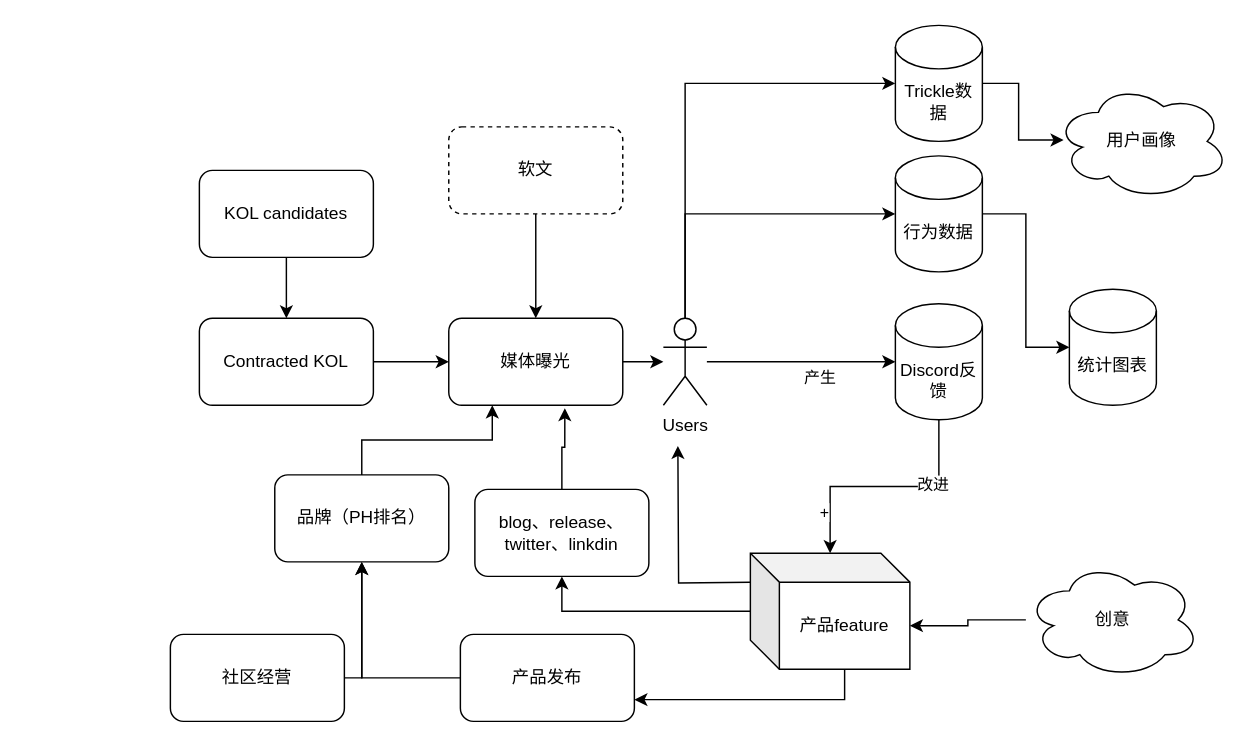
Before: projects/startup.drawio in warren-wupeng/my-notes, a draw.io diagram. Source tidied: cells renumbered, new cells numbered last; positions are measured from the earlier drawing's top-left corner, leaving out a move shared by most shapes. Both pictures are drawn from the tidied source at 145%, with x=0, y=0 at pixel (170, 25).
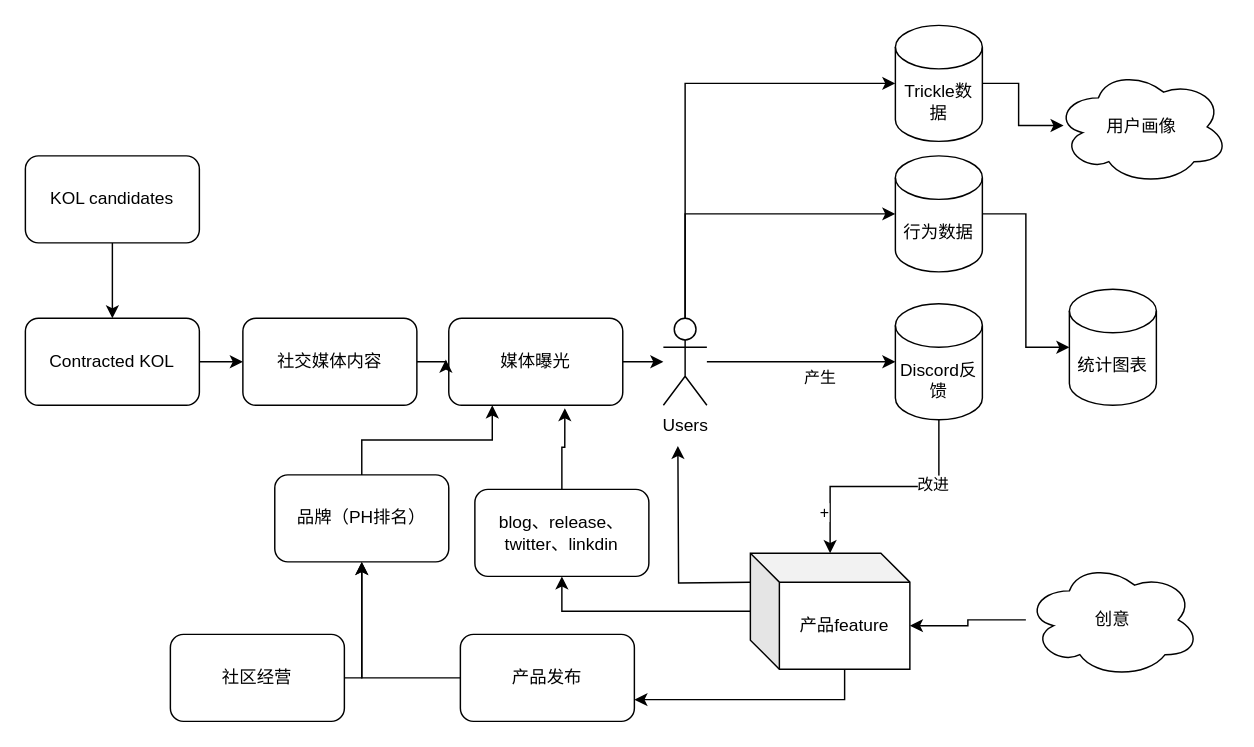
The same page after the edit.

The change refers to these unchanged cells:
```xml
<mxCell id="4" value="媒体曝光" style="rounded=1;whiteSpace=wrap;html=1;" parent="1" vertex="1">
  <mxGeometry x="192" y="202" width="120" height="60" as="geometry" />
</mxCell>
```

What changed in the source:
```diff
@@
     <mxCell id="6" value="KOL candidates" style="rounded=1;whiteSpace=wrap;html=1;" parent="1" vertex="1">
-      <mxGeometry x="20" y="100" width="120" height="60" as="geometry" />
+      <mxGeometry x="-100" y="90" width="120" height="60" as="geometry" />
     </mxCell>
@@
-    <mxCell id="17" style="edgeStyle=orthogonalEdgeStyle;rounded=0;jettySize=auto;html=1;exitX=1;exitY=0.5;exitDx=0;exitDy=0;entryX=0;entryY=0.5;entryDx=0;entryDy=0;" parent="1" edge="1" source="18" target="4">
+    <mxCell id="17" style="edgeStyle=orthogonalEdgeStyle;rounded=0;jettySize=auto;html=1;exitX=1;exitY=0.5;exitDx=0;exitDy=0;entryX=0;entryY=0.5;entryDx=0;entryDy=0;" parent="1" edge="1" source="18" target="34">
       <mxGeometry relative="1" as="geometry" />
     </mxCell>
     <mxCell id="18" value="Contracted KOL" style="rounded=1;whiteSpace=wrap;html=1;" parent="1" vertex="1">
-      <mxGeometry x="20" y="202" width="120" height="60" as="geometry" />
+      <mxGeometry x="-100" y="202" width="120" height="60" as="geometry" />
     </mxCell>
@@
     <mxCell id="27" value="用户画像" style="ellipse;shape=cloud;whiteSpace=wrap;html=1;" parent="1" vertex="1">
-      <mxGeometry x="610" y="40" width="120" height="80" as="geometry" />
+      <mxGeometry x="610" y="30" width="120" height="80" as="geometry" />
     </mxCell>
@@
-    <mxCell id="33" style="edgeStyle=orthogonalEdgeStyle;rounded=0;jettySize=auto;html=1;entryX=0.5;entryY=0;entryDx=0;entryDy=0;" parent="1" edge="1" source="34" target="4">
-      <mxGeometry relative="1" as="geometry" />
+    <mxCell id="33" style="edgeStyle=orthogonalEdgeStyle;rounded=0;jettySize=auto;html=1;" parent="1" edge="1" source="34">
+      <mxGeometry relative="1" as="geometry">
+        <mxPoint x="190" y="230" as="targetPoint" />
+      </mxGeometry>
     </mxCell>
-    <mxCell id="34" value="软文" style="rounded=1;whiteSpace=wrap;html=1;dashed=1;" parent="1" vertex="1">
-      <mxGeometry x="192" y="70" width="120" height="60" as="geometry" />
+    <mxCell id="34" value="社交媒体内容" style="rounded=1;whiteSpace=wrap;html=1;" parent="1" vertex="1">
+      <mxGeometry x="50" y="202" width="120" height="60" as="geometry" />
     </mxCell>
```
